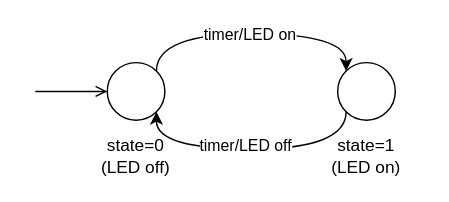
Earlier version of the draw.io diagram page "knipperende-led-diagram" (4 of 4) of figs/toestandsdiagrammen.drawio (eelcodijkstra/pcintrobook). Source tidied: cells renumbered, new cells numbered last; positions are measured from the earlier drawing's top-left corner, leaving out a move shared by most shapes. Both pictures are drawn from the tidied source at 144%, with x=0, y=0 at pixel (35, 33).
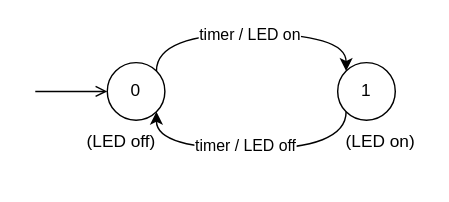
The same diagram, later.

The edit, as a diff of the source:
```diff
@@
 <mxGraphModel>
   <root>
     <mxCell id="0" />
     <mxCell id="1" parent="0" />
-    <mxCell id="2" style="ellipse;whiteSpace=wrap;html=1;" parent="1" vertex="1">
+    <mxCell id="2" value="0" style="ellipse;whiteSpace=wrap;html=1;" parent="1" vertex="1">
       <mxGeometry x="50" y="20" width="40" height="40" as="geometry" />
     </mxCell>
-    <mxCell id="3" style="ellipse;whiteSpace=wrap;html=1;" parent="1" vertex="1">
+    <mxCell id="3" value="1" style="ellipse;whiteSpace=wrap;html=1;" parent="1" vertex="1">
       <mxGeometry x="210" y="20" width="40" height="40" as="geometry" />
     </mxCell>
     <mxCell id="4" style="endArrow=classic;html=1;rounded=0;exitX=1;exitY=0;exitDx=0;exitDy=0;entryX=0;entryY=0;entryDx=0;entryDy=0;edgeStyle=orthogonalEdgeStyle;curved=1;" parent="1" edge="1" source="2" target="3">
       <mxGeometry relative="1" as="geometry">
         <Array as="points">
           <mxPoint x="84" />
           <mxPoint x="216" />
         </Array>
       </mxGeometry>
     </mxCell>
-    <mxCell id="5" value="timer/LED on" style="edgeLabel;html=1;align=center;verticalAlign=middle;" parent="4" vertex="1">
+    <mxCell id="5" value="timer / LED on" style="edgeLabel;html=1;align=center;verticalAlign=middle;" parent="4" vertex="1">
       <mxGeometry x="-0.02" relative="1" as="geometry" />
     </mxCell>
     <mxCell id="6" style="endArrow=classic;html=1;rounded=0;exitX=0;exitY=1;exitDx=0;exitDy=0;entryX=1;entryY=1;entryDx=0;entryDy=0;edgeStyle=orthogonalEdgeStyle;curved=1;" parent="1" edge="1" source="3" target="2">
       <mxGeometry relative="1" as="geometry">
         <Array as="points">
           <mxPoint x="216" y="80" />
           <mxPoint x="84" y="80" />
         </Array>
       </mxGeometry>
     </mxCell>
-    <mxCell id="7" value="timer/LED off" style="edgeLabel;html=1;align=center;verticalAlign=middle;" parent="6" vertex="1">
+    <mxCell id="7" value="timer / LED off" style="edgeLabel;html=1;align=center;verticalAlign=middle;" parent="6" vertex="1">
       <mxGeometry x="0.05" y="-3" relative="1" as="geometry" />
     </mxCell>
-    <mxCell id="8" value="state=0&lt;div&gt;(LED off)&lt;/div&gt;" style="text;html=1;align=center;verticalAlign=middle;whiteSpace=wrap;rounded=0;" parent="1" vertex="1">
-      <mxGeometry x="40" y="70" width="60" height="30" as="geometry" />
+    <mxCell id="8" value="&lt;span style=&quot;background-color: initial;&quot;&gt;(LED off)&lt;/span&gt;" style="text;html=1;align=center;verticalAlign=middle;whiteSpace=wrap;rounded=0;" parent="1" vertex="1">
+      <mxGeometry x="30" y="60" width="60" height="30" as="geometry" />
     </mxCell>
-    <mxCell id="9" value="state=1&lt;div&gt;(LED on)&lt;/div&gt;" style="text;html=1;align=center;verticalAlign=middle;whiteSpace=wrap;rounded=0;" parent="1" vertex="1">
-      <mxGeometry x="200" y="70" width="60" height="30" as="geometry" />
+    <mxCell id="9" value="&lt;div&gt;(LED on)&lt;/div&gt;" style="text;html=1;align=center;verticalAlign=middle;whiteSpace=wrap;rounded=0;" parent="1" vertex="1">
+      <mxGeometry x="210" y="60" width="60" height="30" as="geometry" />
     </mxCell>
     <mxCell id="10" style="endArrow=open;html=1;rounded=0;endFill=0;" parent="1" edge="1">
       <mxGeometry relative="1" as="geometry">
         <mxPoint y="40" as="sourcePoint" />
         <mxPoint x="50" y="40" as="targetPoint" />
       </mxGeometry>
     </mxCell>
   </root>
 </mxGraphModel>
```
